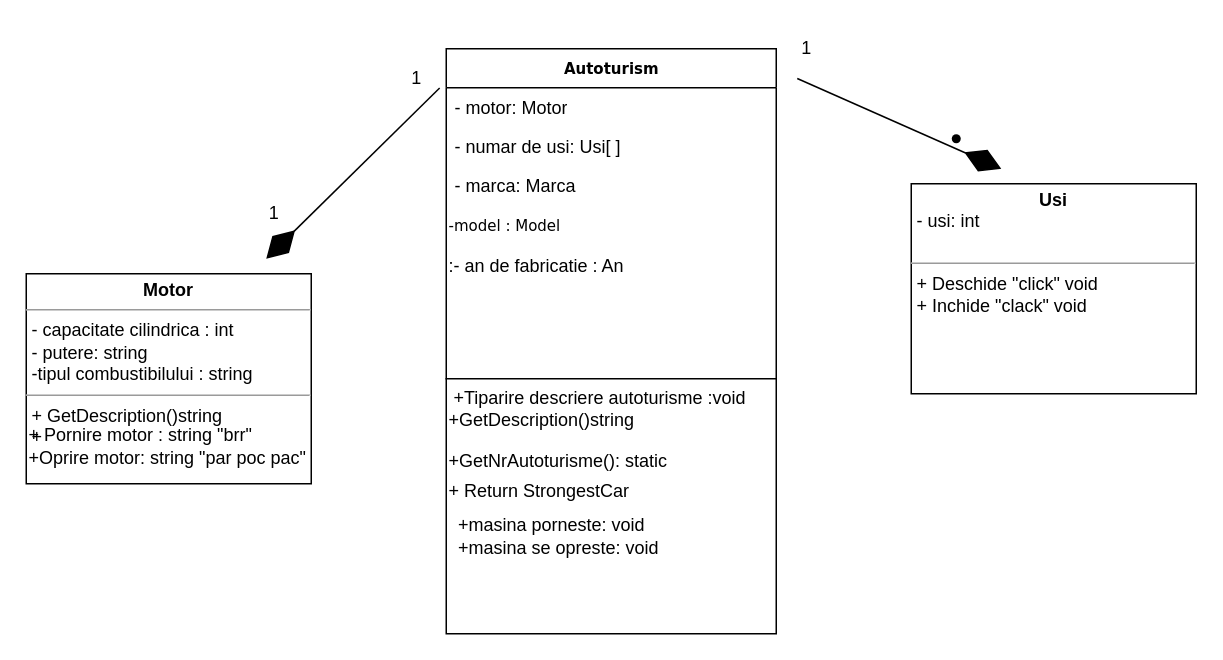
Above: Untitled Diagram.drawio in coroiancamelia/coroiancamelia (draw.io), before the change. Source tidied: cells renumbered, new cells numbered last; positions are measured from the earlier drawing's top-left corner, leaving out a move shared by most shapes. Both pictures are drawn from the tidied source at 150%, with x=0, y=0 at pixel (26, 26).
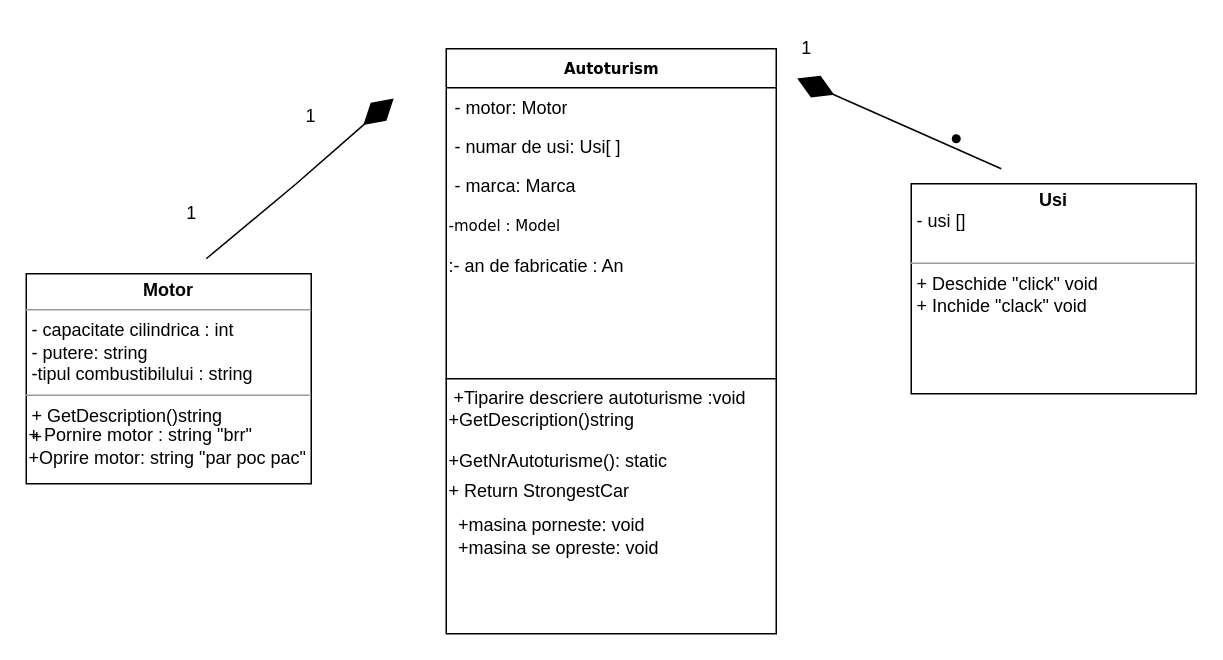
After the change.

Unchanged cells that the change refers to:
```xml
<mxCell id="13" value="1" style="text;html=1;align=center;verticalAlign=middle;points=[];strokeColor=none;fillColor=none;" parent="1" vertex="1">
  <mxGeometry x="505" width="30" height="30" as="geometry" />
</mxCell>
```

What changed in the source:
```diff
@@
-    <mxCell id="9" value="&lt;p style=&quot;margin:0px;margin-top:4px;text-align:center;&quot;&gt;&lt;b&gt;Usi&lt;/b&gt;&lt;/p&gt;&lt;p style=&quot;margin:0px;margin-left:4px;&quot;&gt;- usi: int&lt;br&gt;&lt;br&gt;&lt;/p&gt;&lt;hr size=&quot;1&quot;&gt;&lt;p style=&quot;margin:0px;margin-left:4px;&quot;&gt;+ Deschide &quot;click&quot; void&lt;br&gt;+ Inchide &quot;clack&quot; void&lt;/p&gt;&lt;p style=&quot;margin:0px;margin-left:4px;&quot;&gt;&lt;br&gt;&lt;/p&gt;" style="verticalAlign=top;align=left;overflow=fill;fontSize=12;fontFamily=Helvetica;html=1;rounded=0;shadow=0;comic=0;labelBackgroundColor=none;strokeWidth=1;" parent="1" vertex="1">
+    <mxCell id="9" value="&lt;p style=&quot;margin:0px;margin-top:4px;text-align:center;&quot;&gt;&lt;b&gt;Usi&lt;/b&gt;&lt;/p&gt;&lt;p style=&quot;margin:0px;margin-left:4px;&quot;&gt;- usi []&lt;br&gt;&lt;br&gt;&lt;/p&gt;&lt;hr size=&quot;1&quot;&gt;&lt;p style=&quot;margin:0px;margin-left:4px;&quot;&gt;+ Deschide &quot;click&quot; void&lt;br&gt;+ Inchide &quot;clack&quot; void&lt;/p&gt;&lt;p style=&quot;margin:0px;margin-left:4px;&quot;&gt;&lt;br&gt;&lt;/p&gt;" style="verticalAlign=top;align=left;overflow=fill;fontSize=12;fontFamily=Helvetica;html=1;rounded=0;shadow=0;comic=0;labelBackgroundColor=none;strokeWidth=1;" parent="1" vertex="1">
       <mxGeometry x="590" y="105" width="190" height="140" as="geometry" />
     </mxCell>
@@
-    <mxCell id="14" value="1" style="text;html=1;align=center;verticalAlign=middle;points=[];strokeColor=none;fillColor=none;" parent="1" vertex="1">
-      <mxGeometry x="245" y="20" width="30" height="30" as="geometry" />
-    </mxCell>
-    <mxCell id="15" value="1" style="text;html=1;align=center;verticalAlign=middle;strokeColor=none;fillColor=none;" parent="1" vertex="1">
-      <mxGeometry x="150" y="110" width="30" height="30" as="geometry" />
-    </mxCell>
-    <mxCell id="16" style="endArrow=diamondThin;endFill=1;endSize=24;html=1;rounded=0;labelBackgroundColor=#FFFFFF;exitX=0.3;exitY=1.16;exitDx=0;exitDy=0;exitPerimeter=0;" parent="1" edge="1" source="13">
+    <mxCell id="16" style="endArrow=diamondThin;endFill=1;endSize=24;html=1;rounded=0;labelBackgroundColor=#FFFFFF;exitX=0.3;exitY=1.16;exitDx=0;exitDy=0;exitPerimeter=0;entryX=0.3;entryY=1.16;entryDx=0;entryDy=0;entryPerimeter=0;" parent="1" edge="1" target="13">
       <mxGeometry relative="1" as="geometry">
-        <mxPoint x="650" y="95" as="targetPoint" />
+        <mxPoint x="650" y="95" as="sourcePoint" />
       </mxGeometry>
     </mxCell>
@@
-    <mxCell id="20" style="endArrow=diamondThin;endFill=1;endSize=24;html=1;rounded=0;labelBackgroundColor=#FFFFFF;exitX=1.02;exitY=0.707;exitDx=0;exitDy=0;exitPerimeter=0;" parent="1" edge="1" source="14">
-      <mxGeometry relative="1" as="geometry">
-        <mxPoint x="160" y="155" as="targetPoint" />
-      </mxGeometry>
-    </mxCell>
@@
+    <mxCell id="23" value="1" style="text;html=1;align=center;verticalAlign=middle;strokeColor=none;fillColor=none;" parent="1" vertex="1">
+      <mxGeometry x="95" y="110" width="30" height="30" as="geometry" />
+    </mxCell>
+    <mxCell id="24" style="endArrow=diamondThin;endFill=1;endSize=24;html=1;rounded=0;labelBackgroundColor=#FFFFFF;" parent="1" edge="1">
+      <mxGeometry relative="1" as="geometry">
+        <mxPoint x="120" y="155" as="sourcePoint" />
+        <mxPoint x="245" y="48.1" as="targetPoint" />
+        <Array as="points">
+          <mxPoint x="180" y="105" />
+        </Array>
+      </mxGeometry>
+    </mxCell>
+    <mxCell id="25" value="1" style="text;html=1;strokeColor=none;fillColor=none;align=center;verticalAlign=middle;whiteSpace=wrap;rounded=0;" parent="1" vertex="1">
+      <mxGeometry x="160" y="45" width="60" height="30" as="geometry" />
+    </mxCell>
```
